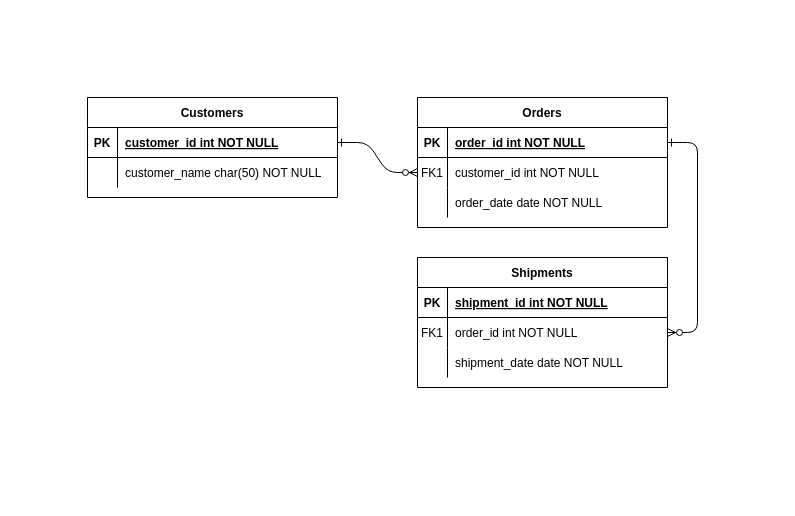
The draw.io diagram Diagrama sin título.drawio in Milo7211/Diagramas, before the edit. Source tidied: cells renumbered, new cells numbered last; positions are measured from the earlier drawing's top-left corner, leaving out a move shared by most shapes. Both pictures are drawn from the tidied source at 100%, with x=0, y=0 at pixel (87, 97).
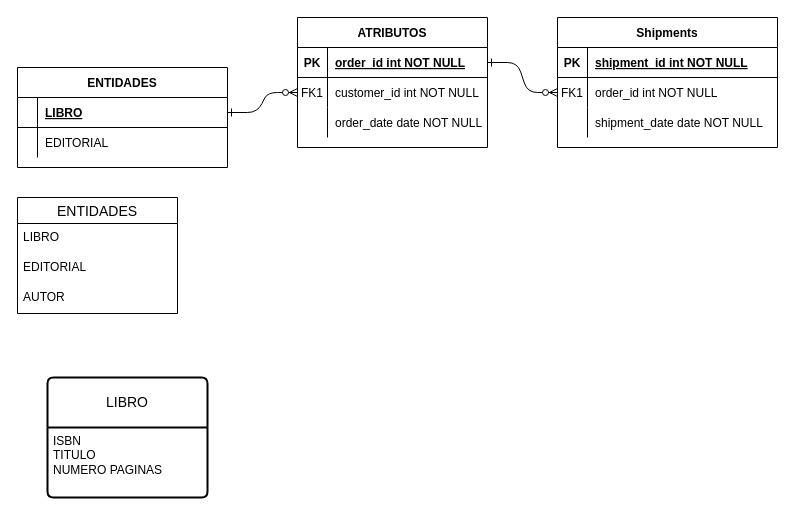
The same diagram, later.

What changed in the source:
```diff
@@
-    <mxCell id="4" value="Orders" style="shape=table;startSize=30;childLayout=tableLayout;rowLines=0;fontStyle=1;align=center;" parent="1" vertex="1">
-      <mxGeometry x="330" width="250" height="130" as="geometry" />
+    <mxCell id="4" value="ATRIBUTOS" style="shape=table;startSize=30;childLayout=tableLayout;rowLines=0;fontStyle=1;align=center;" parent="1" vertex="1">
+      <mxGeometry x="210" y="-80" width="190" height="130" as="geometry" />
     </mxCell>
     <mxCell id="5" style="shape=partialRectangle;fillColor=none;points=[[0,0.5],[1,0.5]];portConstraint=eastwest;top=0;left=0;right=0;bottom=1;" parent="4" vertex="1">
-      <mxGeometry y="30" width="250" height="30" as="geometry" />
+      <mxGeometry y="30" width="190" height="30" as="geometry" />
     </mxCell>
@@
     <mxCell id="7" value="order_id int NOT NULL " style="shape=partialRectangle;overflow=hidden;fillColor=none;top=0;left=0;bottom=0;right=0;align=left;spacingLeft=6;fontStyle=5;" parent="5" vertex="1">
-      <mxGeometry x="30" width="220" height="30" as="geometry" />
+      <mxGeometry x="30" width="160" height="30" as="geometry" />
     </mxCell>
     <mxCell id="8" style="shape=partialRectangle;fillColor=none;points=[[0,0.5],[1,0.5]];portConstraint=eastwest;top=0;left=0;right=0;bottom=0;" parent="4" vertex="1">
-      <mxGeometry y="60" width="250" height="30" as="geometry" />
+      <mxGeometry y="60" width="190" height="30" as="geometry" />
     </mxCell>
@@
     <mxCell id="10" value="customer_id int NOT NULL" style="shape=partialRectangle;overflow=hidden;fillColor=none;top=0;left=0;bottom=0;right=0;align=left;spacingLeft=6;" parent="8" vertex="1">
-      <mxGeometry x="30" width="220" height="30" as="geometry" />
+      <mxGeometry x="30" width="160" height="30" as="geometry" />
     </mxCell>
     <mxCell id="11" style="shape=partialRectangle;fillColor=none;top=0;left=0;right=0;bottom=0;" parent="4" vertex="1">
-      <mxGeometry y="90" width="250" height="30" as="geometry" />
+      <mxGeometry y="90" width="190" height="30" as="geometry" />
     </mxCell>
@@
     <mxCell id="13" value="order_date date NOT NULL" style="shape=partialRectangle;overflow=hidden;fillColor=none;top=0;left=0;bottom=0;right=0;align=left;spacingLeft=6;" parent="11" vertex="1">
-      <mxGeometry x="30" width="220" height="30" as="geometry" />
+      <mxGeometry x="30" width="160" height="30" as="geometry" />
     </mxCell>
     <mxCell id="14" value="Shipments" style="shape=table;startSize=30;childLayout=tableLayout;rowLines=0;fontStyle=1;align=center;" parent="1" vertex="1">
-      <mxGeometry x="330" y="160" width="250" height="130" as="geometry" />
+      <mxGeometry x="470" y="-80" width="220" height="130" as="geometry" />
     </mxCell>
     <mxCell id="15" style="shape=partialRectangle;fillColor=none;top=0;left=0;right=0;bottom=1;" parent="14" vertex="1">
-      <mxGeometry y="30" width="250" height="30" as="geometry" />
+      <mxGeometry y="30" width="220" height="30" as="geometry" />
     </mxCell>
@@
     <mxCell id="17" value="shipment_id int NOT NULL " style="shape=partialRectangle;overflow=hidden;fillColor=none;top=0;left=0;bottom=0;right=0;align=left;spacingLeft=6;fontStyle=5;" parent="15" vertex="1">
-      <mxGeometry x="30" width="220" height="30" as="geometry" />
+      <mxGeometry x="30" width="190" height="30" as="geometry" />
     </mxCell>
     <mxCell id="18" style="shape=partialRectangle;fillColor=none;points=[[0,0.5],[1,0.5]];portConstraint=eastwest;top=0;left=0;right=0;bottom=0;" parent="14" vertex="1">
-      <mxGeometry y="60" width="250" height="30" as="geometry" />
+      <mxGeometry y="60" width="220" height="30" as="geometry" />
     </mxCell>
@@
     <mxCell id="20" value="order_id int NOT NULL" style="shape=partialRectangle;overflow=hidden;fillColor=none;top=0;left=0;bottom=0;right=0;align=left;spacingLeft=6;" parent="18" vertex="1">
-      <mxGeometry x="30" width="220" height="30" as="geometry" />
+      <mxGeometry x="30" width="190" height="30" as="geometry" />
     </mxCell>
     <mxCell id="21" style="shape=partialRectangle;fillColor=none;top=0;left=0;right=0;bottom=0;" parent="14" vertex="1">
-      <mxGeometry y="90" width="250" height="30" as="geometry" />
+      <mxGeometry y="90" width="220" height="30" as="geometry" />
     </mxCell>
@@
     <mxCell id="23" value="shipment_date date NOT NULL" style="shape=partialRectangle;overflow=hidden;fillColor=none;top=0;left=0;bottom=0;right=0;align=left;spacingLeft=6;" parent="21" vertex="1">
-      <mxGeometry x="30" width="220" height="30" as="geometry" />
+      <mxGeometry x="30" width="190" height="30" as="geometry" />
     </mxCell>
-    <mxCell id="24" value="Customers" style="shape=table;startSize=30;childLayout=tableLayout;rowLines=0;fontStyle=1;align=center;" parent="1" vertex="1">
-      <mxGeometry width="250" height="100" as="geometry" />
+    <mxCell id="24" value="ENTIDADES" style="shape=table;startSize=30;childLayout=tableLayout;rowLines=0;fontStyle=1;align=center;" parent="1" vertex="1">
+      <mxGeometry x="-70" y="-30" width="210" height="100" as="geometry" />
     </mxCell>
     <mxCell id="25" style="shape=partialRectangle;fillColor=none;points=[[0,0.5],[1,0.5]];portConstraint=eastwest;top=0;left=0;right=0;bottom=1;" parent="24" vertex="1">
-      <mxGeometry y="30" width="250" height="30" as="geometry" />
+      <mxGeometry y="30" width="210" height="30" as="geometry" />
     </mxCell>
-    <mxCell id="26" value="PK" style="shape=partialRectangle;overflow=hidden;fillColor=none;top=0;left=0;bottom=0;right=0;fontStyle=1;" parent="25" vertex="1">
-      <mxGeometry width="30" height="30" as="geometry" />
+    <mxCell id="26" style="shape=partialRectangle;overflow=hidden;fillColor=none;top=0;left=0;bottom=0;right=0;fontStyle=1;" parent="25" vertex="1">
+      <mxGeometry width="20" height="30" as="geometry" />
     </mxCell>
-    <mxCell id="27" value="customer_id int NOT NULL " style="shape=partialRectangle;overflow=hidden;fillColor=none;top=0;left=0;bottom=0;right=0;align=left;spacingLeft=6;fontStyle=5;" parent="25" vertex="1">
-      <mxGeometry x="30" width="220" height="30" as="geometry" />
+    <mxCell id="27" value="LIBRO" style="shape=partialRectangle;overflow=hidden;fillColor=none;top=0;left=0;bottom=0;right=0;align=left;spacingLeft=6;fontStyle=5;" parent="25" vertex="1">
+      <mxGeometry x="20" width="190" height="30" as="geometry" />
     </mxCell>
     <mxCell id="28" style="shape=partialRectangle;fillColor=none;top=0;left=0;right=0;bottom=0;" parent="24" vertex="1">
-      <mxGeometry y="60" width="250" height="30" as="geometry" />
+      <mxGeometry y="60" width="210" height="30" as="geometry" />
     </mxCell>
     <mxCell id="29" style="shape=partialRectangle;overflow=hidden;fillColor=none;top=0;left=0;bottom=0;right=0;" parent="28" vertex="1">
-      <mxGeometry width="30" height="30" as="geometry" />
+      <mxGeometry width="20" height="30" as="geometry" />
     </mxCell>
-    <mxCell id="30" value="customer_name char(50) NOT NULL" style="shape=partialRectangle;overflow=hidden;fillColor=none;top=0;left=0;bottom=0;right=0;align=left;spacingLeft=6;" parent="28" vertex="1">
-      <mxGeometry x="30" width="220" height="30" as="geometry" />
+    <mxCell id="30" value="EDITORIAL" style="shape=partialRectangle;overflow=hidden;fillColor=none;top=0;left=0;bottom=0;right=0;align=left;spacingLeft=6;" parent="28" vertex="1">
+      <mxGeometry x="20" width="190" height="30" as="geometry" />
     </mxCell>
+    <mxCell id="31" value="ENTIDADES" style="swimlane;fontStyle=0;horizontal=1;startSize=26;align=center;fontSize=14;" parent="1" vertex="1">
+      <mxGeometry x="-70" y="100" width="160" height="116" as="geometry" />
+    </mxCell>
+    <mxCell id="32" value="LIBRO" style="text;strokeColor=none;fillColor=none;spacingLeft=4;spacingRight=4;overflow=hidden;fontSize=12;whiteSpace=wrap;html=1;" parent="31" vertex="1">
+      <mxGeometry y="26" width="160" height="30" as="geometry" />
+    </mxCell>
+    <mxCell id="33" value="EDITORIAL" style="text;strokeColor=none;fillColor=none;spacingLeft=4;spacingRight=4;overflow=hidden;fontSize=12;whiteSpace=wrap;html=1;" parent="31" vertex="1">
+      <mxGeometry y="56" width="160" height="30" as="geometry" />
+    </mxCell>
+    <mxCell id="34" value="AUTOR" style="text;strokeColor=none;fillColor=none;spacingLeft=4;spacingRight=4;overflow=hidden;fontSize=12;whiteSpace=wrap;html=1;" parent="31" vertex="1">
+      <mxGeometry y="86" width="160" height="30" as="geometry" />
+    </mxCell>
+    <mxCell id="35" value="LIBRO" style="swimlane;horizontal=1;startSize=50;rounded=1;fontSize=14;fontStyle=0;strokeWidth=2;shadow=0;dashed=0;align=center;arcSize=4;whiteSpace=wrap;html=1;" parent="1" vertex="1">
+      <mxGeometry x="-40" y="280" width="160" height="120" as="geometry" />
+    </mxCell>
+    <mxCell id="36" value="ISBN&lt;div&gt;TITULO&lt;/div&gt;&lt;div&gt;NUMERO PAGINAS&lt;/div&gt;" style="align=left;strokeColor=none;fillColor=none;spacingLeft=4;fontSize=12;verticalAlign=top;html=1;" parent="35" vertex="1">
+      <mxGeometry y="50" width="160" height="70" as="geometry" />
+    </mxCell>
```
